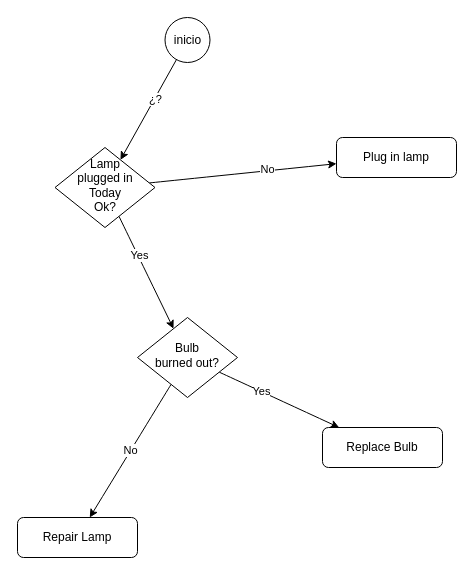
Before: data/ue/scenes/barla20-cooperante.drawio in ejfdelgado/ejflab, a draw.io diagram. Source tidied: cells renumbered, new cells numbered last; positions are measured from the earlier drawing's top-left corner, leaving out a move shared by most shapes. Both pictures are drawn from the tidied source at 100%, with x=0, y=0 at pixel (17, 17).
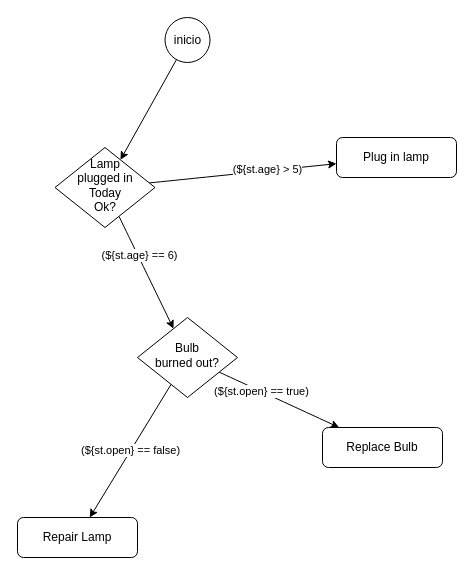
After the change.

What changed in the source:
```diff
@@
 <mxGraphModel>
   <root>
     <mxCell id="0" />
     <mxCell id="1" parent="0" />
     <mxCell id="2" style="edgeStyle=none;curved=1;html=1;strokeColor=default;" parent="1" edge="1" source="6" target="7">
       <mxGeometry relative="1" as="geometry" />
     </mxCell>
-    <mxCell id="3" value="No" style="edgeLabel;html=1;align=center;verticalAlign=middle;" parent="2" vertex="1">
+    <mxCell id="3" value="(${st.age} &amp;gt; 5)" style="edgeLabel;html=1;align=center;verticalAlign=middle;" parent="2" vertex="1">
       <mxGeometry x="0.26" y="2" relative="1" as="geometry" />
     </mxCell>
     <mxCell id="4" style="edgeStyle=none;curved=1;html=1;strokeColor=default;" parent="1" edge="1" source="6" target="11">
       <mxGeometry relative="1" as="geometry" />
     </mxCell>
-    <mxCell id="5" value="Yes" style="edgeLabel;html=1;align=center;verticalAlign=middle;" parent="4" vertex="1">
+    <mxCell id="5" value="(${st.age} == 6)" style="edgeLabel;html=1;align=center;verticalAlign=middle;" parent="4" vertex="1">
       <mxGeometry x="-0.3" y="1" relative="1" as="geometry" />
     </mxCell>
     <mxCell id="6" value="Lamp&lt;br&gt;plugged in&lt;br&gt;Today&lt;br&gt;Ok?" style="rhombus;whiteSpace=wrap;html=1;shadow=0;fontFamily=Helvetica;fontSize=12;align=center;strokeWidth=1;spacing=6;spacingTop=-4;" parent="1" vertex="1">
       <mxGeometry x="37.5" y="130" width="100" height="80" as="geometry" />
     </mxCell>
     <mxCell id="7" value="Plug in lamp" style="rounded=1;whiteSpace=wrap;html=1;fontSize=12;glass=0;strokeWidth=1;shadow=0;" parent="1" vertex="1">
       <mxGeometry x="319" y="120" width="120" height="40" as="geometry" />
     </mxCell>
     <mxCell id="8" style="edgeStyle=none;curved=1;html=1;strokeColor=default;" parent="1" edge="1" source="11" target="13">
       <mxGeometry relative="1" as="geometry" />
     </mxCell>
-    <mxCell id="9" value="Yes" style="edgeLabel;html=1;align=center;verticalAlign=middle;" parent="8" vertex="1">
+    <mxCell id="9" value="(${st.open} == true)" style="edgeLabel;html=1;align=center;verticalAlign=middle;" parent="8" vertex="1">
       <mxGeometry x="-0.31" relative="1" as="geometry" />
     </mxCell>
-    <mxCell id="10" value="No" style="edgeStyle=none;curved=1;html=1;strokeColor=default;" parent="1" edge="1" source="11" target="12">
-      <mxGeometry relative="1" as="geometry" />
+    <mxCell id="10" value="(${st.open} == false)" style="edgeStyle=none;curved=1;html=1;strokeColor=default;" parent="1" edge="1" source="11" target="12">
+      <mxGeometry relative="1" as="geometry">
+        <Array as="points">
+          <mxPoint x="115" y="430" />
+        </Array>
+      </mxGeometry>
     </mxCell>
     <mxCell id="11" value="Bulb&lt;br&gt;burned out?" style="rhombus;whiteSpace=wrap;html=1;shadow=0;fontFamily=Helvetica;fontSize=12;align=center;strokeWidth=1;spacing=6;spacingTop=-4;" parent="1" vertex="1">
       <mxGeometry x="120" y="300" width="100" height="80" as="geometry" />
     </mxCell>
     <mxCell id="12" value="Repair Lamp" style="rounded=1;whiteSpace=wrap;html=1;fontSize=12;glass=0;strokeWidth=1;shadow=0;" parent="1" vertex="1">
       <mxGeometry y="500" width="120" height="40" as="geometry" />
     </mxCell>
     <mxCell id="13" value="Replace Bulb" style="rounded=1;whiteSpace=wrap;html=1;fontSize=12;glass=0;strokeWidth=1;shadow=0;" parent="1" vertex="1">
       <mxGeometry x="305" y="410" width="120" height="40" as="geometry" />
     </mxCell>
     <mxCell id="14" style="edgeStyle=none;html=1;" parent="1" edge="1" source="16" target="6">
       <mxGeometry relative="1" as="geometry" />
     </mxCell>
-    <mxCell id="15" value="¿?" style="edgeLabel;html=1;align=center;verticalAlign=middle;" parent="14" vertex="1">
-      <mxGeometry x="-0.22" relative="1" as="geometry" />
-    </mxCell>
     <mxCell id="16" value="inicio" style="ellipse;whiteSpace=wrap;html=1;" parent="1" vertex="1">
       <mxGeometry x="147.5" width="45" height="45" as="geometry" />
     </mxCell>
   </root>
 </mxGraphModel>
```
